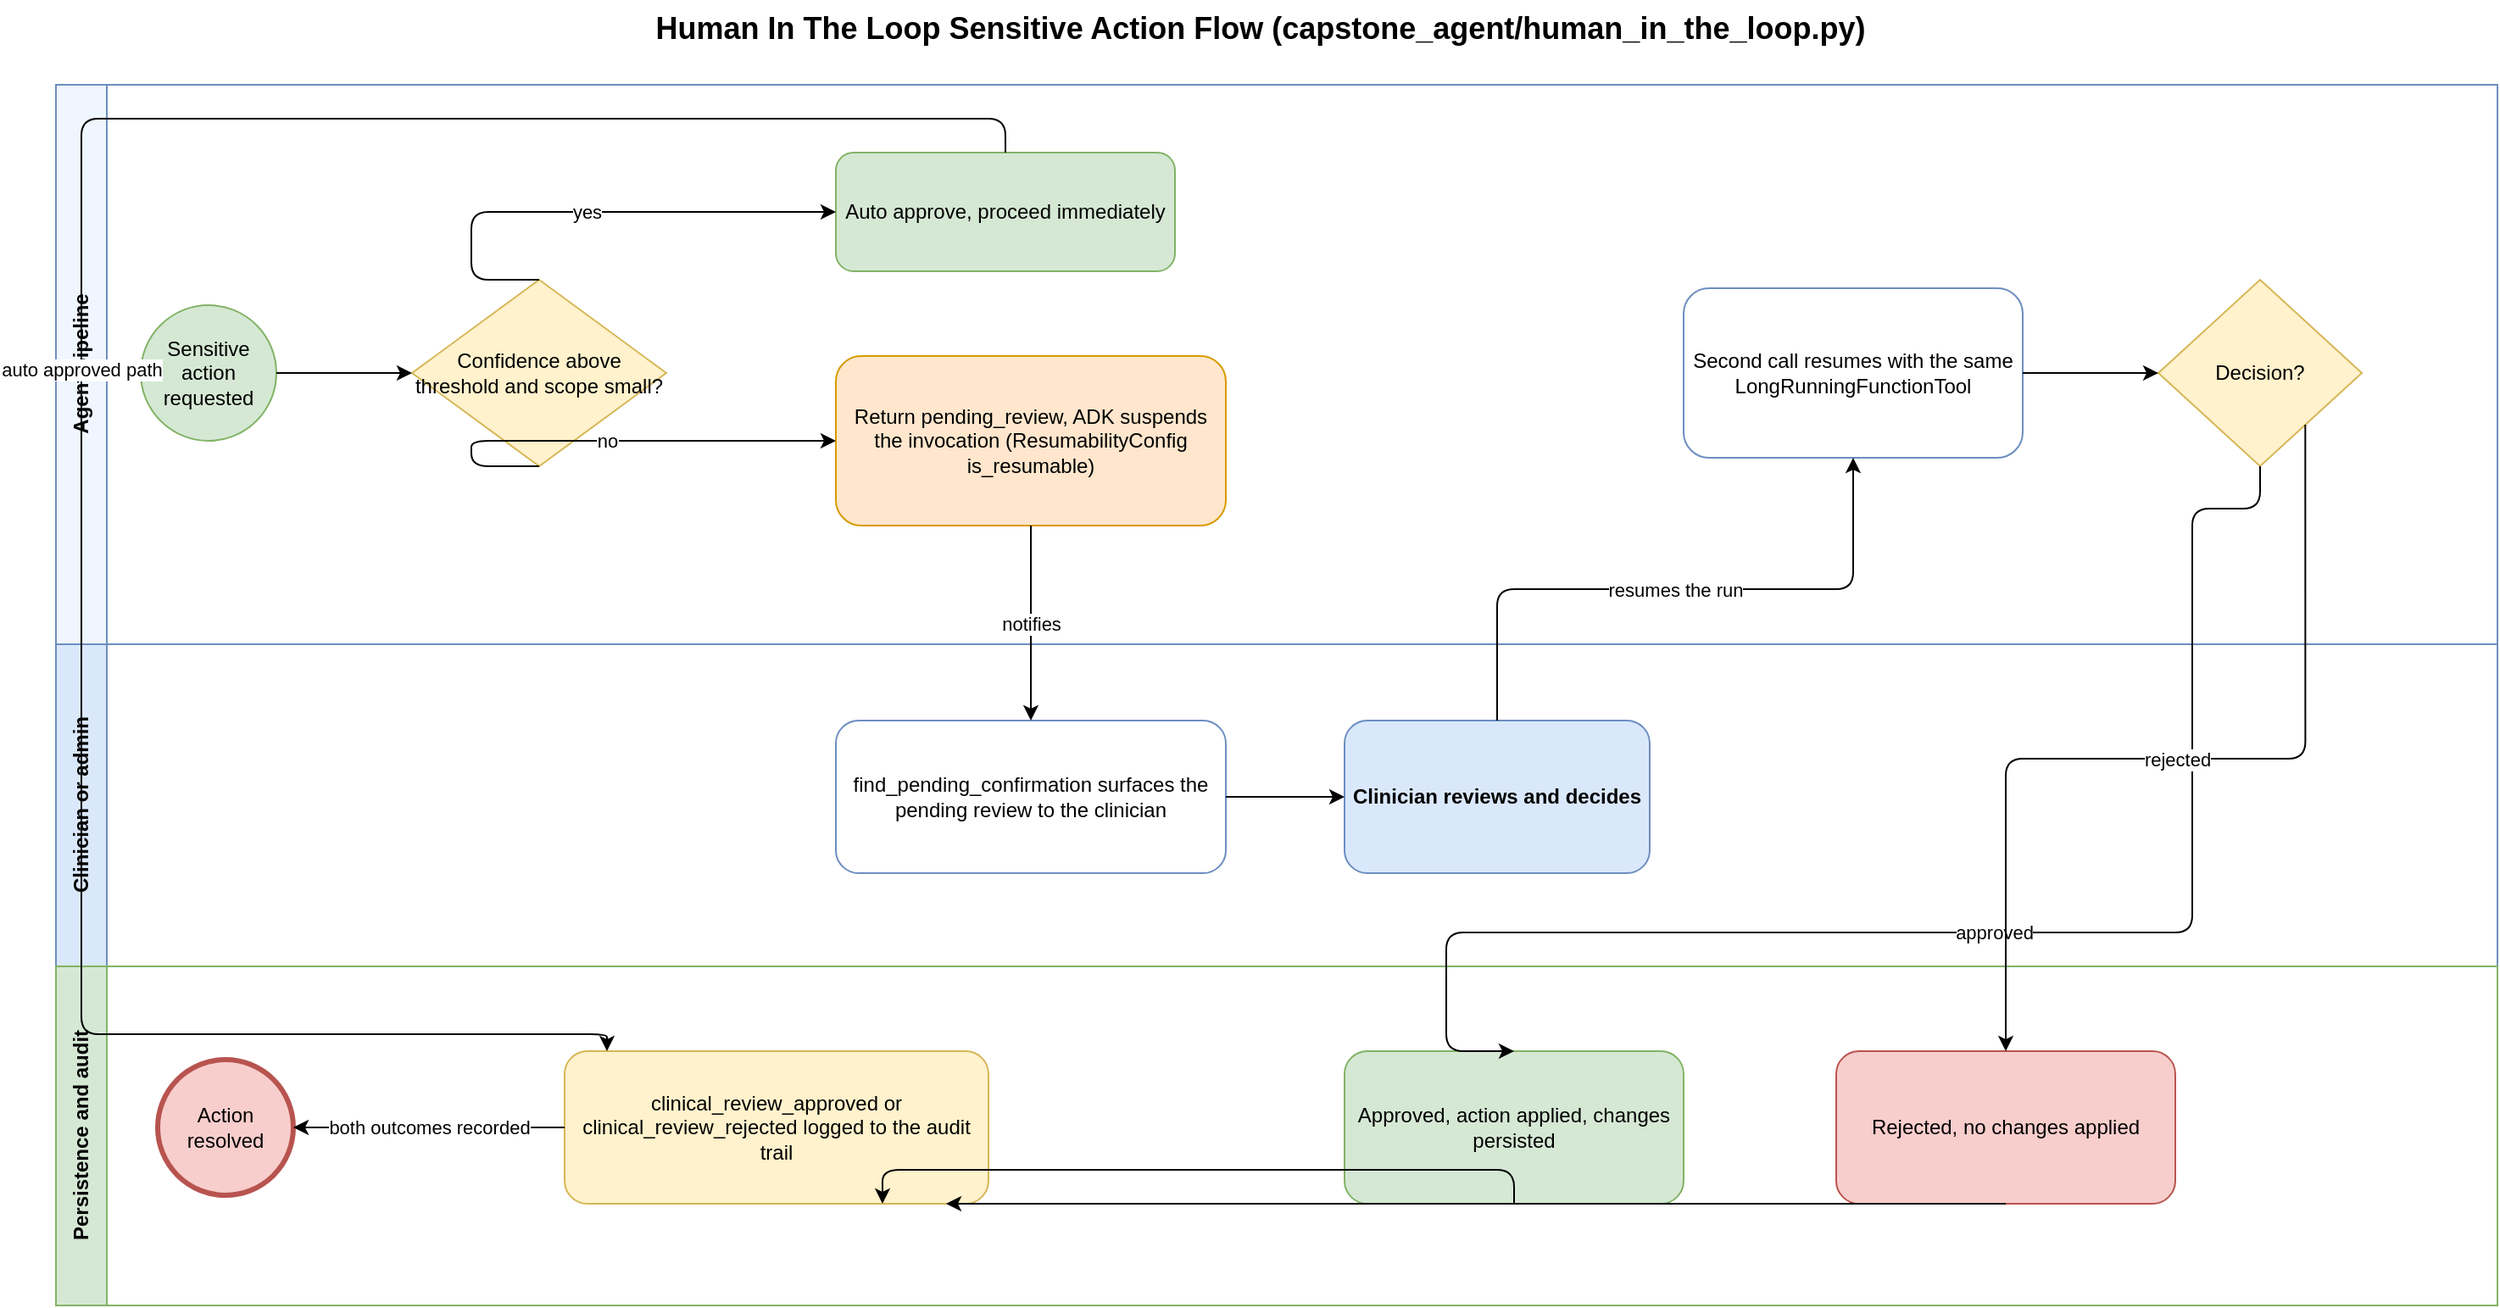
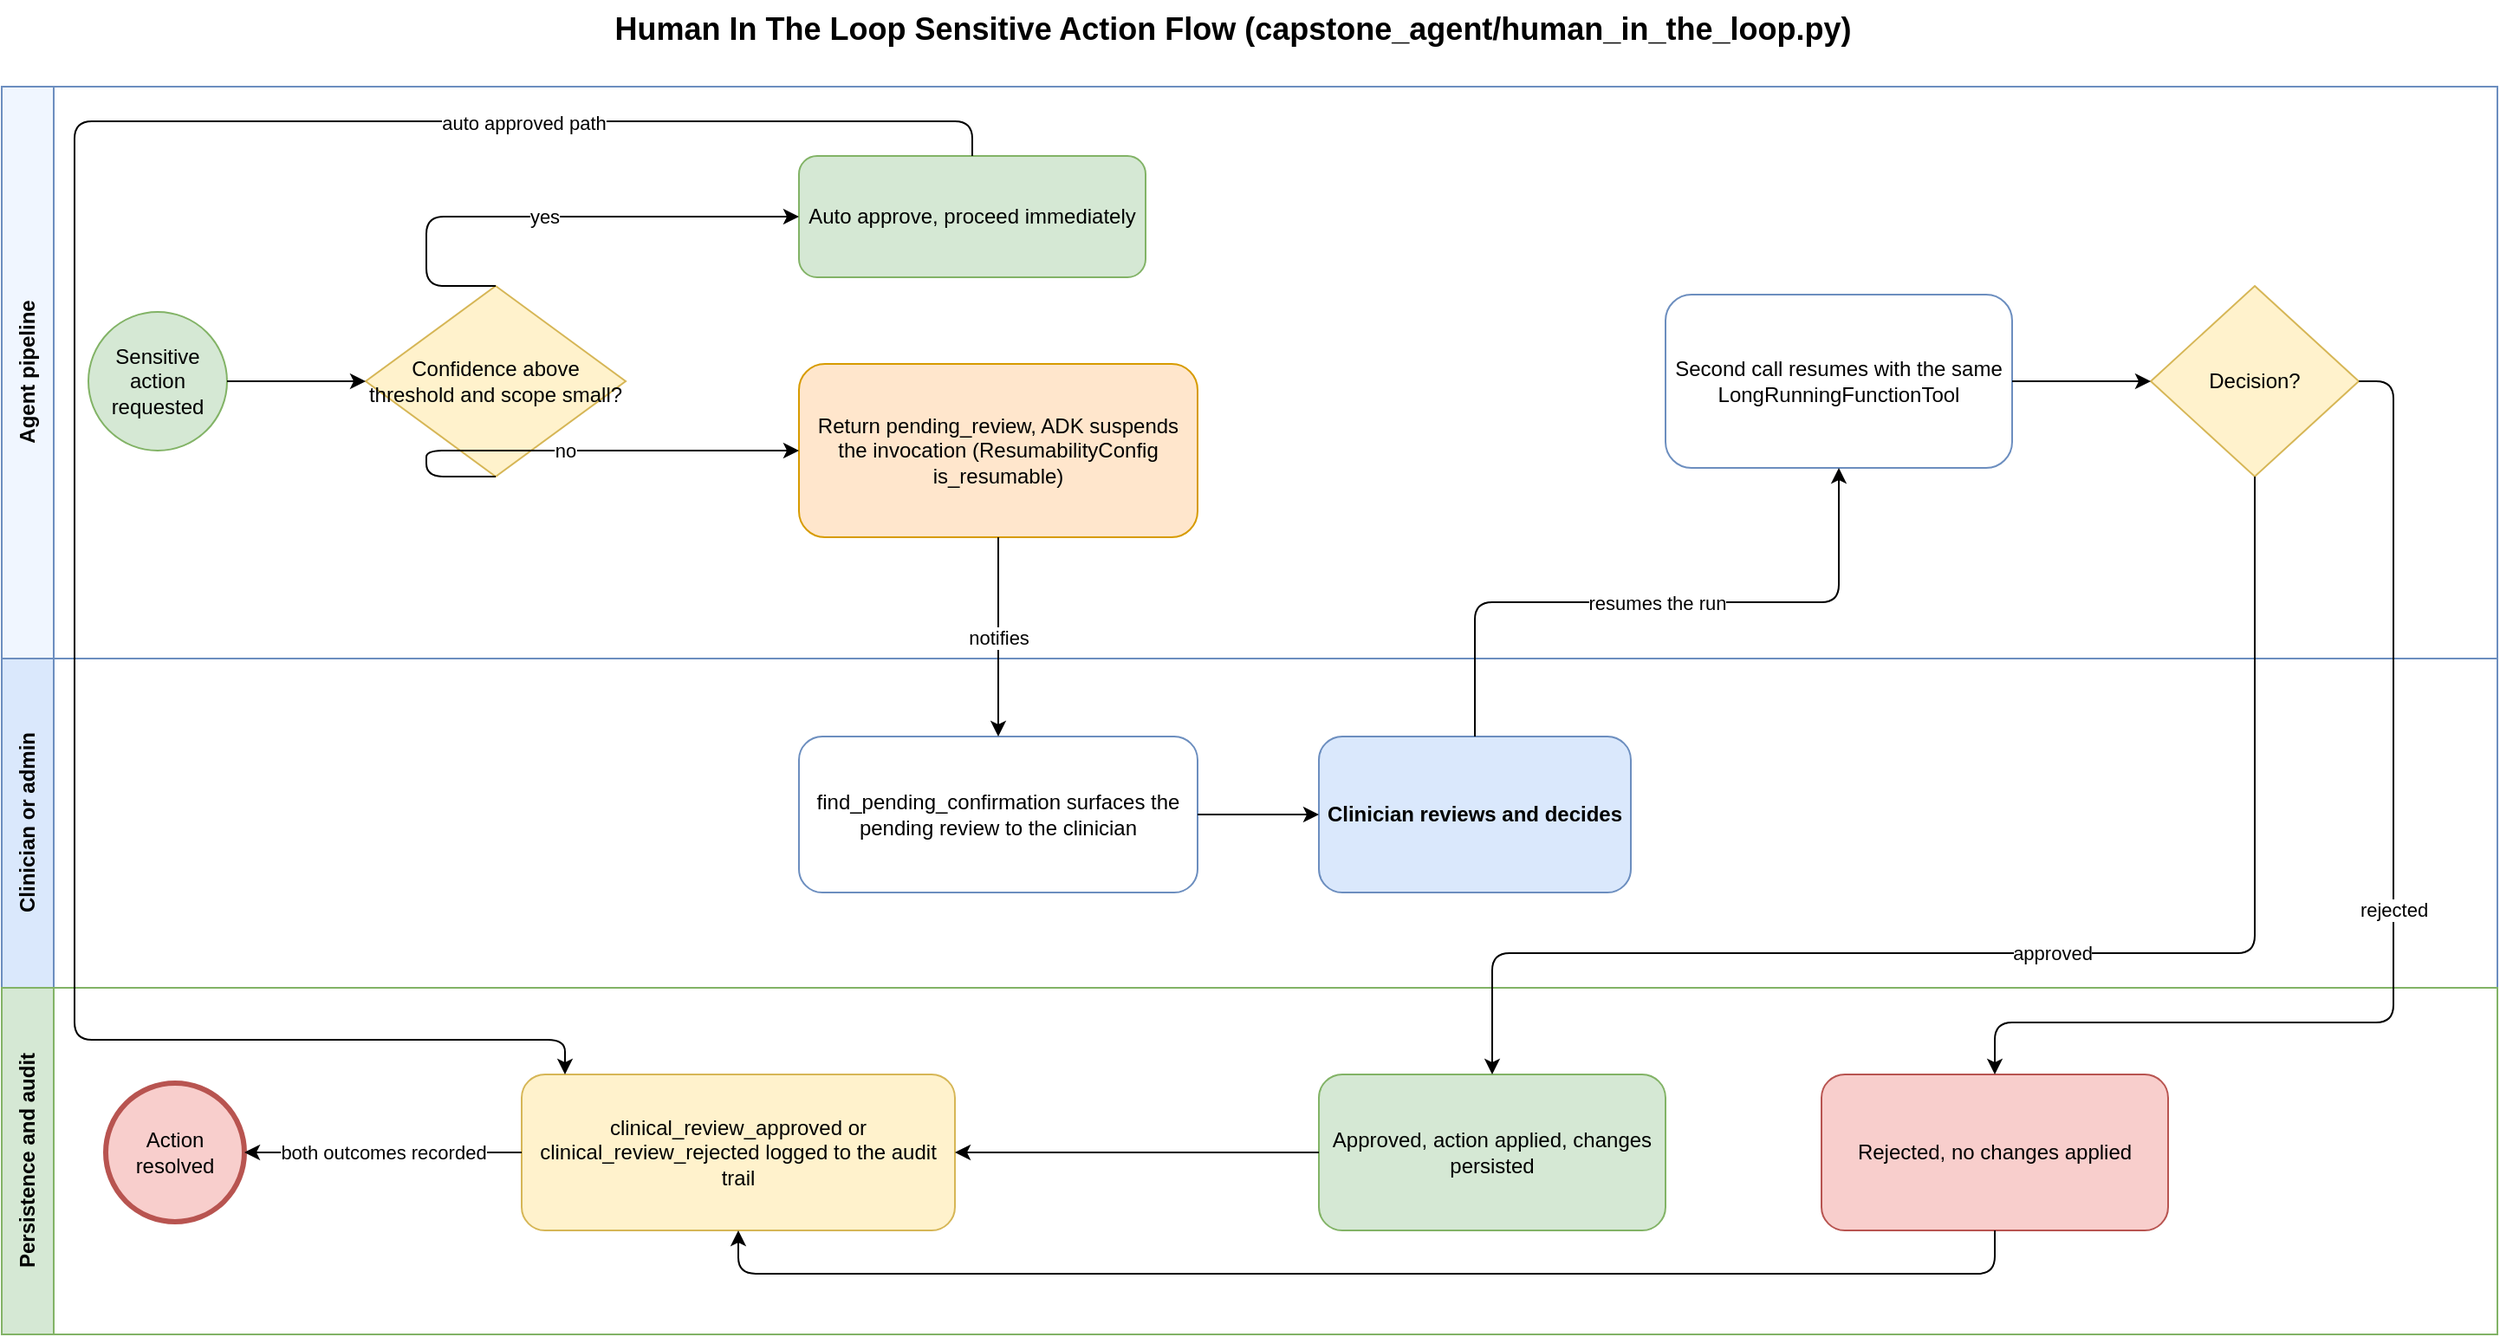
<?xml version="1.0" encoding="UTF-8"?>
<mxfile host="drawio" version="26.0.0">
  <diagram name="Human In The Loop BPMN">
    <mxGraphModel dx="1400" dy="900" grid="1" gridSize="10" page="1" pageWidth="1500" pageHeight="820">
      <root>
        <mxCell id="0" />
        <mxCell id="1" parent="0" />
        <mxCell id="title" value="Human In The Loop Sensitive Action Flow (capstone_agent/human_in_the_loop.py)" style="text;html=1;fontSize=18;fontStyle=1;align=center;" vertex="1" parent="1">
          <mxGeometry x="380" y="10" width="740" height="30" as="geometry" />
        </mxCell>
        <mxCell id="pool" value="" style="swimlane;html=1;startSize=0;horizontal=0;fillColor=none;strokeColor=#666666;" vertex="1" parent="1">
          <mxGeometry x="40" y="60" width="1440" height="720" as="geometry" />
        </mxCell>
        <mxCell id="lane1" value="Agent pipeline" style="swimlane;html=1;startSize=30;horizontal=0;fillColor=#f0f6ff;strokeColor=#6c8ebf;fontStyle=1;" vertex="1" parent="pool">
          <mxGeometry x="0" y="0" width="1440" height="330" as="geometry" />
        </mxCell>
        <mxCell id="lane2" value="Clinician or admin" style="swimlane;html=1;startSize=30;horizontal=0;fillColor=#dae8fc;strokeColor=#6c8ebf;fontStyle=1;" vertex="1" parent="pool">
          <mxGeometry x="0" y="330" width="1440" height="190" as="geometry" />
        </mxCell>
        <mxCell id="lane3" value="Persistence and audit" style="swimlane;html=1;startSize=30;horizontal=0;fillColor=#d5e8d4;strokeColor=#82b366;fontStyle=1;" vertex="1" parent="pool">
          <mxGeometry x="0" y="520" width="1440" height="200" as="geometry" />
        </mxCell>
        <mxCell id="start" value="Sensitive action requested" style="ellipse;whiteSpace=wrap;html=1;fillColor=#d5e8d4;strokeColor=#82b366;" vertex="1" parent="lane1">
          <mxGeometry x="50" y="130" width="80" height="80" as="geometry" />
        </mxCell>
        <mxCell id="gw1" value="Confidence above threshold and scope small?" style="rhombus;whiteSpace=wrap;html=1;fillColor=#fff2cc;strokeColor=#d6b656;" vertex="1" parent="lane1">
          <mxGeometry x="210" y="115" width="150" height="110" as="geometry" />
        </mxCell>
        <mxCell id="auto" value="Auto approve, proceed immediately" style="rounded=1;whiteSpace=wrap;html=1;fillColor=#d5e8d4;strokeColor=#82b366;" vertex="1" parent="lane1">
          <mxGeometry x="460" y="40" width="200" height="70" as="geometry" />
        </mxCell>
        <mxCell id="pause" value="Return pending_review, ADK suspends the invocation (ResumabilityConfig is_resumable)" style="rounded=1;whiteSpace=wrap;html=1;fillColor=#ffe6cc;strokeColor=#d79b00;" vertex="1" parent="lane1">
          <mxGeometry x="460" y="160" width="230" height="100" as="geometry" />
        </mxCell>
        <mxCell id="resume" value="Second call resumes with the same LongRunningFunctionTool" style="rounded=1;whiteSpace=wrap;html=1;fillColor=#ffffff;strokeColor=#6c8ebf;" vertex="1" parent="lane1">
          <mxGeometry x="960" y="120" width="200" height="100" as="geometry" />
        </mxCell>
        <mxCell id="gw2" value="Decision?" style="rhombus;whiteSpace=wrap;html=1;fillColor=#fff2cc;strokeColor=#d6b656;" vertex="1" parent="lane1">
          <mxGeometry x="1240" y="115" width="120" height="110" as="geometry" />
        </mxCell>
        <mxCell id="wait" value="find_pending_confirmation surfaces the pending review to the clinician" style="rounded=1;whiteSpace=wrap;html=1;fillColor=#ffffff;strokeColor=#6c8ebf;" vertex="1" parent="lane2">
          <mxGeometry x="460" y="45" width="230" height="90" as="geometry" />
        </mxCell>
        <mxCell id="decide" value="Clinician reviews and decides" style="rounded=1;whiteSpace=wrap;html=1;fillColor=#dae8fc;strokeColor=#6c8ebf;fontStyle=1;" vertex="1" parent="lane2">
          <mxGeometry x="760" y="45" width="180" height="90" as="geometry" />
        </mxCell>
        <mxCell id="endev" value="Action resolved" style="ellipse;whiteSpace=wrap;html=1;fillColor=#f8cecc;strokeColor=#b85450;strokeWidth=3;" vertex="1" parent="lane3">
          <mxGeometry x="60" y="55" width="80" height="80" as="geometry" />
        </mxCell>
        <mxCell id="audit" value="clinical_review_approved or clinical_review_rejected logged to the audit trail" style="rounded=1;whiteSpace=wrap;html=1;fillColor=#fff2cc;strokeColor=#d6b656;" vertex="1" parent="lane3">
          <mxGeometry x="300" y="50" width="250" height="90" as="geometry" />
        </mxCell>
        <mxCell id="approved" value="Approved, action applied, changes persisted" style="rounded=1;whiteSpace=wrap;html=1;fillColor=#d5e8d4;strokeColor=#82b366;" vertex="1" parent="lane3">
          <mxGeometry x="760" y="50" width="200" height="90" as="geometry" />
        </mxCell>
        <mxCell id="rejected" value="Rejected, no changes applied" style="rounded=1;whiteSpace=wrap;html=1;fillColor=#f8cecc;strokeColor=#b85450;" vertex="1" parent="lane3">
          <mxGeometry x="1050" y="50" width="200" height="90" as="geometry" />
        </mxCell>
        <mxCell id="e1" style="edgeStyle=orthogonalEdgeStyle;rounded=1;orthogonalLoop=1;jettySize=auto;html=1;exitX=1;exitY=0.5;entryX=0;entryY=0.5;" edge="1" parent="1" source="start" target="gw1">
          <mxGeometry relative="1" as="geometry" />
        </mxCell>
        <mxCell id="e2" value="yes" style="edgeStyle=orthogonalEdgeStyle;rounded=1;orthogonalLoop=1;jettySize=auto;html=1;exitX=0.5;exitY=0;entryX=0;entryY=0.5;labelBackgroundColor=#ffffff;fontSize=11;" edge="1" parent="1" source="gw1" target="auto">
          <mxGeometry relative="1" as="geometry">
            <Array as="points">
              <mxPoint x="285" y="135" />
            </Array>
          </mxGeometry>
        </mxCell>
        <mxCell id="e3" value="no" style="edgeStyle=orthogonalEdgeStyle;rounded=1;orthogonalLoop=1;jettySize=auto;html=1;exitX=0.5;exitY=1;entryX=0;entryY=0.5;labelBackgroundColor=#ffffff;fontSize=11;" edge="1" parent="1" source="gw1" target="pause">
          <mxGeometry relative="1" as="geometry">
            <Array as="points">
              <mxPoint x="285" y="270" />
            </Array>
          </mxGeometry>
        </mxCell>
        <mxCell id="e4" value="notifies" style="edgeStyle=orthogonalEdgeStyle;rounded=1;orthogonalLoop=1;jettySize=auto;html=1;exitX=0.5;exitY=1;entryX=0.5;entryY=0;labelBackgroundColor=#ffffff;fontSize=11;" edge="1" parent="1" source="pause" target="wait">
          <mxGeometry relative="1" as="geometry" />
        </mxCell>
        <mxCell id="e5" style="edgeStyle=orthogonalEdgeStyle;rounded=1;orthogonalLoop=1;jettySize=auto;html=1;exitX=1;exitY=0.5;entryX=0;entryY=0.5;" edge="1" parent="1" source="wait" target="decide">
          <mxGeometry relative="1" as="geometry" />
        </mxCell>
        <mxCell id="e6" value="resumes the run" style="edgeStyle=orthogonalEdgeStyle;rounded=1;orthogonalLoop=1;jettySize=auto;html=1;exitX=0.5;exitY=0;entryX=0.5;entryY=1;labelBackgroundColor=#ffffff;fontSize=11;" edge="1" parent="1" source="decide" target="resume">
          <mxGeometry relative="1" as="geometry" />
        </mxCell>
        <mxCell id="e7" style="edgeStyle=orthogonalEdgeStyle;rounded=1;orthogonalLoop=1;jettySize=auto;html=1;exitX=1;exitY=0.5;entryX=0;entryY=0.5;" edge="1" parent="1" source="resume" target="gw2">
          <mxGeometry relative="1" as="geometry" />
        </mxCell>
        <mxCell id="e8" value="approved" style="edgeStyle=orthogonalEdgeStyle;rounded=1;orthogonalLoop=1;jettySize=auto;html=1;exitX=0.5;exitY=1;entryX=0.5;entryY=0;labelBackgroundColor=#ffffff;fontSize=11;" edge="1" parent="1" source="gw2" target="approved">
          <mxGeometry relative="1" as="geometry">
            <Array as="points">
-               <mxPoint x="1300" y="310" />
-               <mxPoint x="1300" y="560" />
-               <mxPoint x="860" y="560" />
+               <mxPoint x="1340" y="560" />
+               <mxPoint x="900" y="560" />
            </Array>
          </mxGeometry>
        </mxCell>
-         <mxCell id="e9" value="rejected" style="edgeStyle=orthogonalEdgeStyle;rounded=1;orthogonalLoop=1;jettySize=auto;html=1;exitX=0.9;exitY=1;entryX=0.5;entryY=0;labelBackgroundColor=#ffffff;fontSize=11;" edge="1" parent="1" source="gw2" target="rejected">
-           <mxGeometry relative="1" as="geometry" />
+         <mxCell id="e9" value="rejected" style="edgeStyle=orthogonalEdgeStyle;rounded=1;orthogonalLoop=1;jettySize=auto;html=1;exitX=1;exitY=0.5;entryX=0.5;entryY=0;labelBackgroundColor=#ffffff;fontSize=11;" edge="1" parent="1" source="gw2" target="rejected">
+           <mxGeometry relative="1" as="geometry">
+             <Array as="points">
+               <mxPoint x="1420" y="230" />
+               <mxPoint x="1420" y="600" />
+               <mxPoint x="1190" y="600" />
+             </Array>
+           </mxGeometry>
        </mxCell>
        <mxCell id="e10" value="auto approved path" style="edgeStyle=orthogonalEdgeStyle;rounded=1;orthogonalLoop=1;jettySize=auto;html=1;exitX=0.5;exitY=0;entryX=0.1;entryY=0;labelBackgroundColor=#ffffff;fontSize=11;" edge="1" parent="1" source="auto" target="audit">
          <mxGeometry relative="1" as="geometry">
            <Array as="points">
              <mxPoint x="600" y="80" />
-               <mxPoint x="55" y="80" />
-               <mxPoint x="55" y="620" />
-               <mxPoint x="365" y="620" />
+               <mxPoint x="82" y="80" />
+               <mxPoint x="82" y="610" />
+               <mxPoint x="365" y="610" />
            </Array>
+             <mxPoint as="offset" x="259" y="-147" />
          </mxGeometry>
        </mxCell>
-         <mxCell id="e11" style="edgeStyle=orthogonalEdgeStyle;rounded=1;orthogonalLoop=1;jettySize=auto;html=1;exitX=0.5;exitY=1;entryX=0.75;entryY=1;" edge="1" parent="1" source="approved" target="audit">
+         <mxCell id="e11" style="edgeStyle=orthogonalEdgeStyle;rounded=1;orthogonalLoop=1;jettySize=auto;html=1;exitX=0;exitY=0.5;entryX=1;entryY=0.5;" edge="1" parent="1" source="approved" target="audit">
+           <mxGeometry relative="1" as="geometry" />
+         </mxCell>
+         <mxCell id="e12" style="edgeStyle=orthogonalEdgeStyle;rounded=1;orthogonalLoop=1;jettySize=auto;html=1;exitX=0.5;exitY=1;entryX=0.5;entryY=1;" edge="1" parent="1" source="rejected" target="audit">
          <mxGeometry relative="1" as="geometry">
            <Array as="points">
-               <mxPoint x="860" y="700" />
-               <mxPoint x="490" y="700" />
-             </Array>
-           </mxGeometry>
-         </mxCell>
-         <mxCell id="e12" style="edgeStyle=orthogonalEdgeStyle;rounded=1;orthogonalLoop=1;jettySize=auto;html=1;exitX=0.5;exitY=1;entryX=0.9;entryY=1;" edge="1" parent="1" source="rejected" target="audit">
-           <mxGeometry relative="1" as="geometry">
-             <Array as="points">
-               <mxPoint x="1150" y="720" />
-               <mxPoint x="525" y="720" />
+               <mxPoint x="1190" y="745" />
+               <mxPoint x="465" y="745" />
            </Array>
          </mxGeometry>
        </mxCell>
        <mxCell id="e13" value="both outcomes recorded" style="edgeStyle=orthogonalEdgeStyle;rounded=1;orthogonalLoop=1;jettySize=auto;html=1;exitX=0;exitY=0.5;entryX=1;entryY=0.5;labelBackgroundColor=#ffffff;fontSize=11;" edge="1" parent="1" source="audit" target="endev">
          <mxGeometry relative="1" as="geometry" />
        </mxCell>
      </root>
    </mxGraphModel>
  </diagram>
</mxfile>
